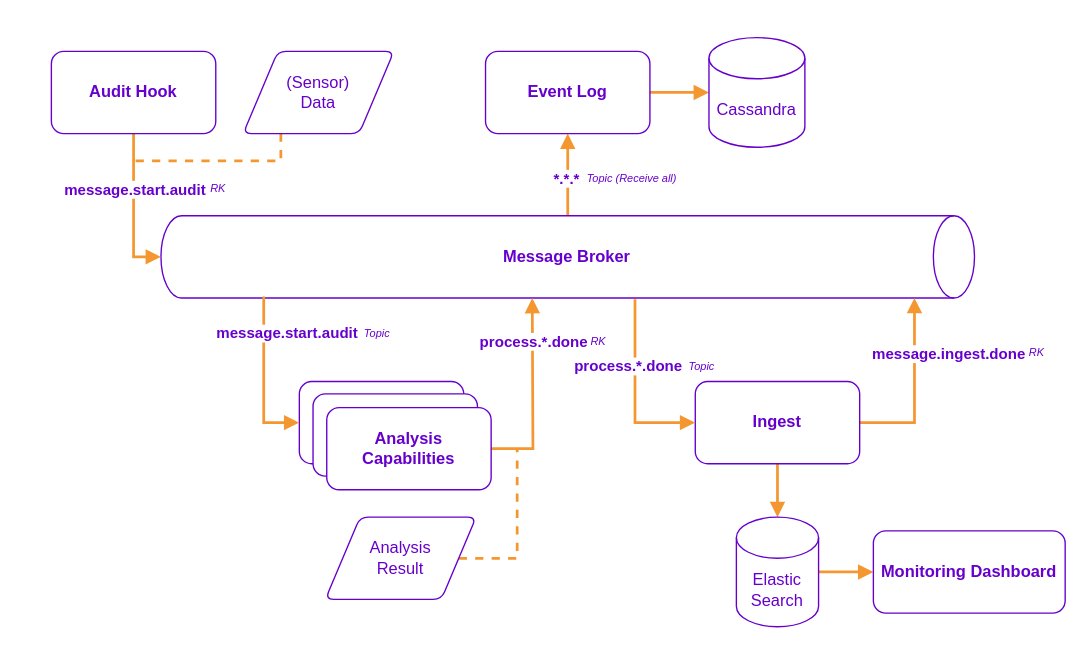
This is page "Page-2" (2 of 2) of rabbit_connections.drawio from gullskatten/BPMN-models, a draw.io file, before an edit. Source tidied: cells renumbered, new cells numbered last; positions are measured from the earlier drawing's top-left corner, leaving out a move shared by most shapes. Both pictures are drawn from the tidied source at 137%, with x=0, y=0 at pixel (23, -151).
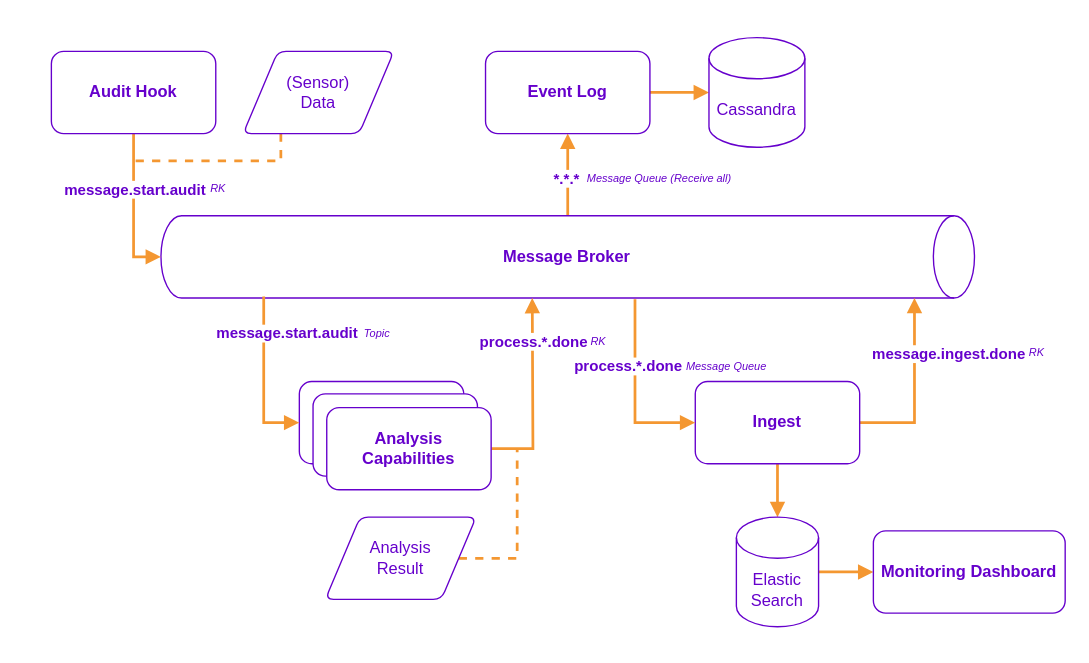
Above is the later version.

What changed in the source:
```diff
@@
-    <mxCell id="35" value="&lt;font style=&quot;font-size: 8px;&quot;&gt;Topic (Receive all)&lt;/font&gt;" style="text;html=1;strokeColor=none;fillColor=none;align=center;verticalAlign=middle;whiteSpace=wrap;rounded=0;fontColor=#6600CC;fontStyle=2;" parent="1" vertex="1">
-      <mxGeometry x="408" y="229" width="72" height="20" as="geometry" />
+    <mxCell id="35" value="&lt;font style=&quot;font-size: 8px;&quot;&gt;Message Queue (Receive all)&lt;/font&gt;" style="text;html=1;strokeColor=none;fillColor=none;align=center;verticalAlign=middle;whiteSpace=wrap;rounded=0;fontColor=#6600CC;fontStyle=2;" parent="1" vertex="1">
+      <mxGeometry x="408" y="229" width="112" height="20" as="geometry" />
     </mxCell>
@@
-    <mxCell id="37" value="&lt;font style=&quot;font-size: 8px;&quot;&gt;Topic&lt;/font&gt;" style="text;html=1;strokeColor=none;fillColor=none;align=center;verticalAlign=middle;whiteSpace=wrap;rounded=0;fontColor=#6600CC;fontStyle=2;" parent="1" vertex="1">
-      <mxGeometry x="480" y="366" width="30" height="20" as="geometry" />
+    <mxCell id="37" value="&lt;font style=&quot;font-size: 8px;&quot;&gt;Message Queue&lt;/font&gt;" style="text;html=1;strokeColor=none;fillColor=none;align=center;verticalAlign=middle;whiteSpace=wrap;rounded=0;fontColor=#6600CC;fontStyle=2;" parent="1" vertex="1">
+      <mxGeometry x="478" y="366" width="70" height="20" as="geometry" />
     </mxCell>
```
